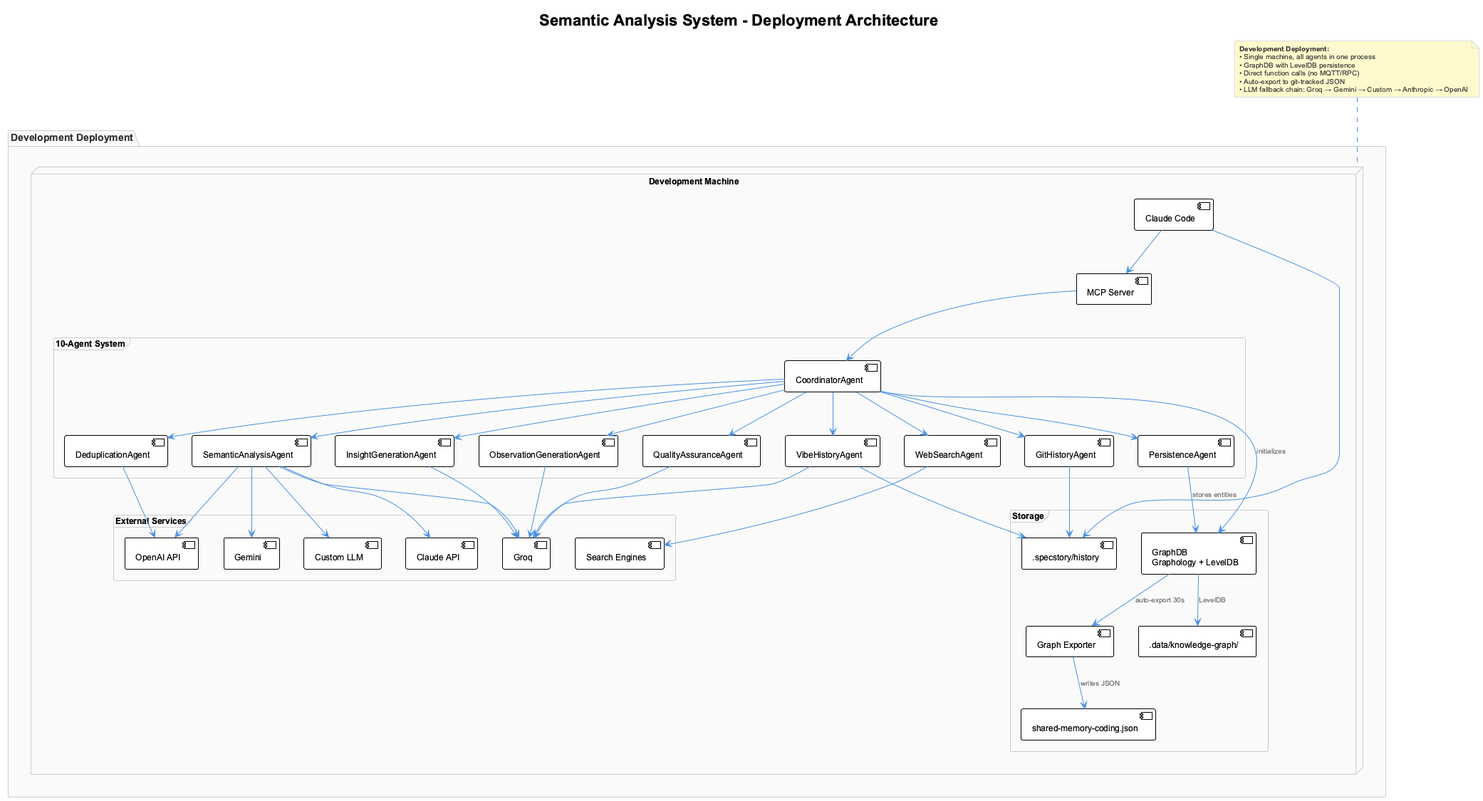
This is docs/images/semantic-analysis-deployment.png from fwornle/coding, a PlantUML export, as it was before one commit. The source it was exported from:
```plantuml
@startuml semantic-analysis-deployment
!include _standard-style.puml

title Semantic Analysis System - Deployment Architecture

top to bottom direction

package "Development Deployment" {
  node "Development Machine" as DevMachine {
    component [Claude Code] as CC
    component [MCP Server] as MCP

    frame "10-Agent System" {
      component [GitHistoryAgent] as Git
      component [VibeHistoryAgent] as Vibe
      component [SemanticAnalysisAgent] as SA
      component [WebSearchAgent] as WS
      component [InsightGenerationAgent] as Insight
      component [ObservationGenerationAgent] as Obs
      component [QualityAssuranceAgent] as QA
      component [PersistenceAgent] as Persist
      component [DeduplicationAgent] as Dedup
      component [CoordinatorAgent] as Coord
    }

    frame "Storage" {
      database [GraphDB\nGraphology + LevelDB] as GraphDB
      component [Graph Exporter] as Exporter
      database [shared-memory-coding.json] as SharedMemory
      folder [.specstory/history] as History
      folder [.data/knowledge-graph/] as KGStorage
    }

    frame "External Services" {
      cloud [Groq] as GroqAPI
      cloud [Gemini] as GeminiAPI
      cloud [Custom LLM] as CustomLLM
      cloud [Claude API] as ClaudeAPI
      cloud [OpenAI API] as OpenAIAPI
      cloud [Search Engines] as SearchEngines
    }
  }

  CC --> MCP
  MCP --> Coord

  Coord --> Git
  Coord --> Vibe
  Coord --> SA
  Coord --> WS
  Coord --> Insight
  Coord --> Obs
  Coord --> QA
  Coord --> Persist
  Coord --> Dedup

  Coord --> GraphDB : initializes
  Persist --> GraphDB : stores entities
  GraphDB --> KGStorage : LevelDB
  GraphDB --> Exporter : auto-export 30s
  Exporter --> SharedMemory : writes JSON

  Git --> History
  Vibe --> History
  CC --> History

  SA --> GroqAPI
  SA --> GeminiAPI
  SA --> CustomLLM
  SA --> ClaudeAPI
  SA --> OpenAIAPI
  Vibe --> GroqAPI
  Insight --> GroqAPI
  Obs --> GroqAPI
  QA --> GroqAPI
  Dedup --> OpenAIAPI
  WS --> SearchEngines
}

note top of DevMachine
  **Development Deployment:**
  • Single machine, all agents in one process
  • GraphDB with LevelDB persistence
  • Direct function calls (no MQTT/RPC)
  • Auto-export to git-tracked JSON
  • LLM fallback chain: Groq → Gemini → Custom → Anthropic → OpenAI
end note

@enduml
```
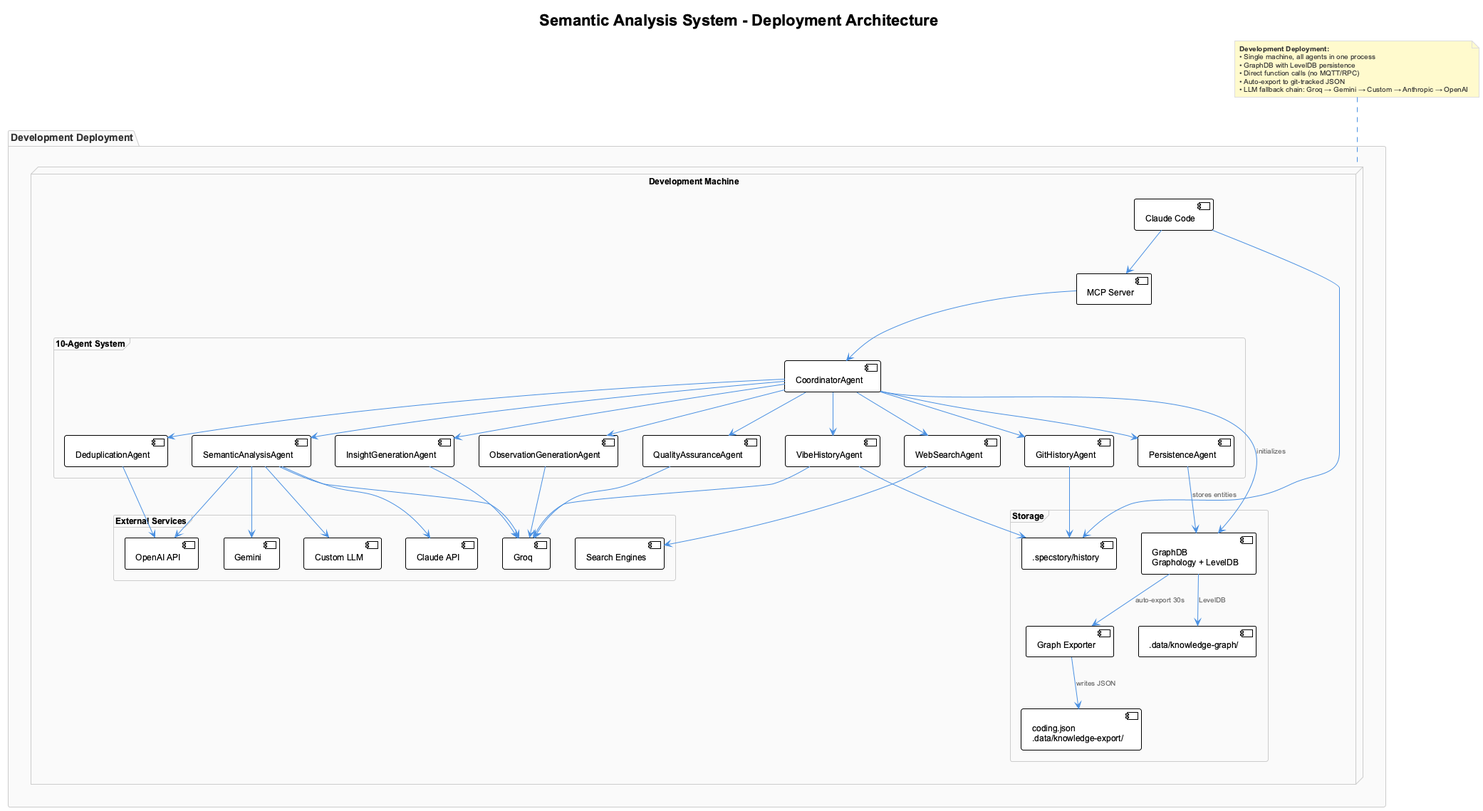
After the commit.

Change to the diagram source:
```diff
@@ -26,7 +26,7 @@
     frame "Storage" {
       database [GraphDB\nGraphology + LevelDB] as GraphDB
       component [Graph Exporter] as Exporter
-      database [shared-memory-coding.json] as SharedMemory
+      database [coding.json\n.data/knowledge-export/] as SharedMemory
       folder [.specstory/history] as History
       folder [.data/knowledge-graph/] as KGStorage
     }
```
